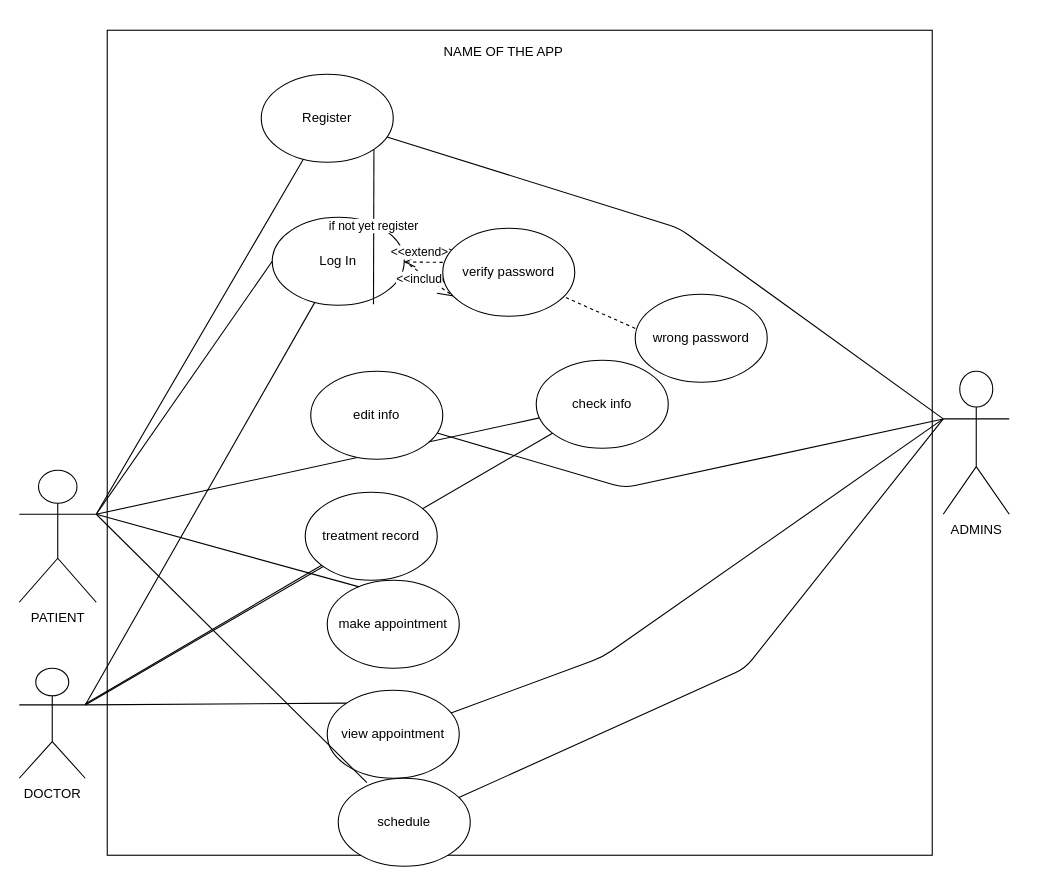
Above: Untitled Diagram.drawio in chendjou237/word-repo (draw.io), before the change. Source tidied: cells renumbered, new cells numbered last; positions are measured from the earlier drawing's top-left corner, leaving out a move shared by most shapes. Both pictures are drawn from the tidied source at 110%, with x=0, y=0 at pixel (19, 30).
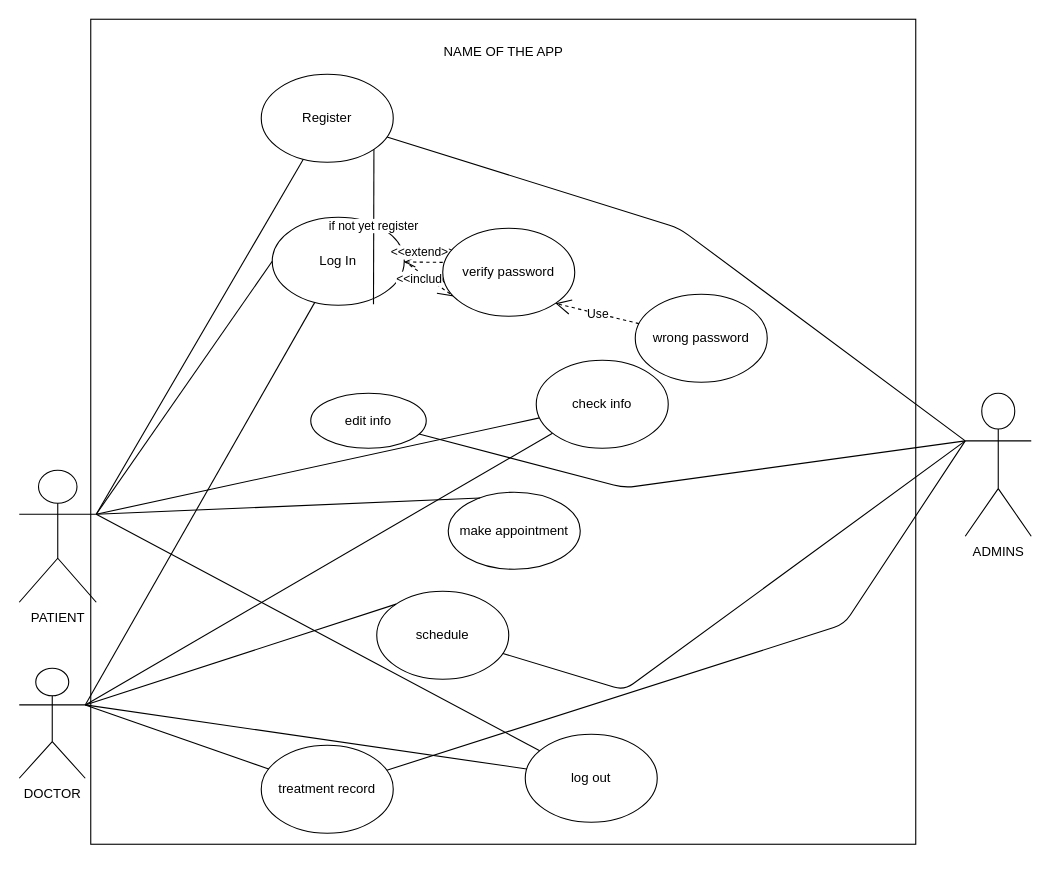
The same diagram, later.

Unchanged cells that the change refers to:
```xml
<mxCell id="4" value="PATIENT" style="shape=umlActor;verticalLabelPosition=bottom;verticalAlign=top;html=1;" parent="1" vertex="1">
  <mxGeometry y="400" width="70" height="120" as="geometry" />
</mxCell>
<mxCell id="5" value="DOCTOR" style="shape=umlActor;verticalLabelPosition=bottom;verticalAlign=top;html=1;" parent="1" vertex="1">
  <mxGeometry y="580" width="60" height="100" as="geometry" />
</mxCell>
<mxCell id="7" value="Log In" style="ellipse;whiteSpace=wrap;html=1;" parent="1" vertex="1">
  <mxGeometry x="230" y="170" width="120" height="80" as="geometry" />
</mxCell>
<mxCell id="8" value="Register" style="ellipse;whiteSpace=wrap;html=1;" parent="1" vertex="1">
  <mxGeometry x="220" y="40" width="120" height="80" as="geometry" />
</mxCell>
<mxCell id="21" value="wrong password" style="ellipse;whiteSpace=wrap;html=1;" parent="1" vertex="1">
  <mxGeometry x="560" y="240" width="120" height="80" as="geometry" />
</mxCell>
<mxCell id="29" value="verify password" style="ellipse;whiteSpace=wrap;html=1;" parent="1" vertex="1">
  <mxGeometry x="385" y="180" width="120" height="80" as="geometry" />
</mxCell>
```

The edit, as a diff of the source:
```diff
@@
     <mxCell id="2" value="&lt;p align=&quot;center&quot;&gt;&lt;br&gt;&lt;/p&gt;" style="whiteSpace=wrap;html=1;align=center;imageHeight=30;" parent="1" vertex="1">
-      <mxGeometry x="80" width="750" height="750" as="geometry" />
+      <mxGeometry x="65" y="-10" width="750" height="750" as="geometry" />
     </mxCell>
@@
     <mxCell id="6" value="ADMINS" style="shape=umlActor;verticalLabelPosition=bottom;verticalAlign=top;html=1;direction=east;" parent="1" vertex="1">
-      <mxGeometry x="840" y="310" width="60" height="130" as="geometry" />
+      <mxGeometry x="860" y="330" width="60" height="130" as="geometry" />
     </mxCell>
@@
     <mxCell id="9" value="make appointment" style="ellipse;whiteSpace=wrap;html=1;" parent="1" vertex="1">
-      <mxGeometry x="280" y="500" width="120" height="80" as="geometry" />
+      <mxGeometry x="390" y="420" width="120" height="70" as="geometry" />
     </mxCell>
@@
-    <mxCell id="15" value="view appointment" style="ellipse;whiteSpace=wrap;html=1;" parent="1" vertex="1">
-      <mxGeometry x="280" y="600" width="120" height="80" as="geometry" />
+    <mxCell id="15" value="schedule" style="ellipse;whiteSpace=wrap;html=1;" parent="1" vertex="1">
+      <mxGeometry x="325" y="510" width="120" height="80" as="geometry" />
     </mxCell>
@@
     <mxCell id="20" value="edit info" style="ellipse;whiteSpace=wrap;html=1;" parent="1" vertex="1">
-      <mxGeometry x="265" y="310" width="120" height="80" as="geometry" />
+      <mxGeometry x="265" y="330" width="105" height="50" as="geometry" />
     </mxCell>
@@
     <mxCell id="25" style="endArrow=none;html=1;entryX=0;entryY=0.3333333333333333;entryDx=0;entryDy=0;entryPerimeter=0;" parent="1" edge="1" source="15" target="6">
       <mxGeometry relative="1" as="geometry">
         <Array as="points">
-          <mxPoint x="530" y="570" />
+          <mxPoint x="550" y="600" />
         </Array>
       </mxGeometry>
     </mxCell>
     <mxCell id="26" value="treatment record" style="ellipse;whiteSpace=wrap;html=1;" parent="1" vertex="1">
-      <mxGeometry x="260" y="420" width="120" height="80" as="geometry" />
+      <mxGeometry x="220" y="650" width="120" height="80" as="geometry" />
     </mxCell>
-    <mxCell id="27" style="endArrow=none;html=1;" parent="1" edge="1" source="5" target="26">
+    <mxCell id="27" style="endArrow=none;html=1;exitX=1;exitY=0.3333333333333333;exitDx=0;exitDy=0;exitPerimeter=0;" parent="1" edge="1" source="5" target="26">
       <mxGeometry relative="1" as="geometry" />
     </mxCell>
-    <mxCell id="28" value="schedule" style="ellipse;whiteSpace=wrap;html=1;" parent="1" vertex="1">
-      <mxGeometry x="290" y="680" width="120" height="80" as="geometry" />
-    </mxCell>
@@
+    <mxCell id="33" value="if not yet register" style="endArrow=none;html=1;exitX=1;exitY=1;exitDx=0;exitDy=0;entryX=0.767;entryY=0.988;entryDx=0;entryDy=0;entryPerimeter=0;" parent="1" edge="1" source="8" target="7">
+      <mxGeometry relative="1" as="geometry" />
+    </mxCell>
-    <mxCell id="30" style="html=1;verticalAlign=bottom;endArrow=none;dashed=1;endSize=8;exitX=0;exitY=0.388;exitDx=0;exitDy=0;exitPerimeter=0;" parent="1" edge="1" source="21" target="29">
+    <mxCell id="30" value="Use" style="endArrow=open;endSize=12;dashed=1;html=1;entryX=1;entryY=1;entryDx=0;entryDy=0;" parent="1" edge="1" source="21" target="29">
       <mxGeometry relative="1" as="geometry" />
     </mxCell>
-    <mxCell id="31" style="endArrow=none;html=1;exitX=0.217;exitY=0.05;exitDx=0;exitDy=0;exitPerimeter=0;entryX=1;entryY=0.3333333333333333;entryDx=0;entryDy=0;entryPerimeter=0;" parent="1" edge="1" source="28" target="4">
-      <mxGeometry relative="1" as="geometry" />
-    </mxCell>
-    <mxCell id="32" style="endArrow=none;html=1;entryX=0;entryY=0.3333333333333333;entryDx=0;entryDy=0;entryPerimeter=0;" parent="1" edge="1" source="28" target="6">
-      <mxGeometry relative="1" as="geometry">
-        <Array as="points">
-          <mxPoint x="660" y="580" />
-        </Array>
-      </mxGeometry>
-    </mxCell>
-    <mxCell id="33" value="if not yet register" style="endArrow=none;html=1;exitX=1;exitY=1;exitDx=0;exitDy=0;entryX=0.767;entryY=0.988;entryDx=0;entryDy=0;entryPerimeter=0;" parent="1" edge="1" source="8" target="7">
-      <mxGeometry relative="1" as="geometry" />
-    </mxCell>
+    <mxCell id="34" style="endArrow=none;html=1;entryX=0;entryY=0.3333333333333333;entryDx=0;entryDy=0;entryPerimeter=0;" parent="1" edge="1" source="26" target="6">
+      <mxGeometry relative="1" as="geometry">
+        <Array as="points">
+          <mxPoint x="750" y="540" />
+        </Array>
+      </mxGeometry>
+    </mxCell>
+    <mxCell id="35" value="log out" style="ellipse;whiteSpace=wrap;html=1;" parent="1" vertex="1">
+      <mxGeometry x="460" y="640" width="120" height="80" as="geometry" />
+    </mxCell>
+    <mxCell id="36" style="endArrow=none;html=1;entryX=1;entryY=0.3333333333333333;entryDx=0;entryDy=0;entryPerimeter=0;" parent="1" edge="1" source="35" target="4">
+      <mxGeometry relative="1" as="geometry" />
+    </mxCell>
+    <mxCell id="37" style="endArrow=none;html=1;exitX=1;exitY=0.3333333333333333;exitDx=0;exitDy=0;exitPerimeter=0;" parent="1" edge="1" source="5" target="35">
+      <mxGeometry relative="1" as="geometry" />
+    </mxCell>
```
